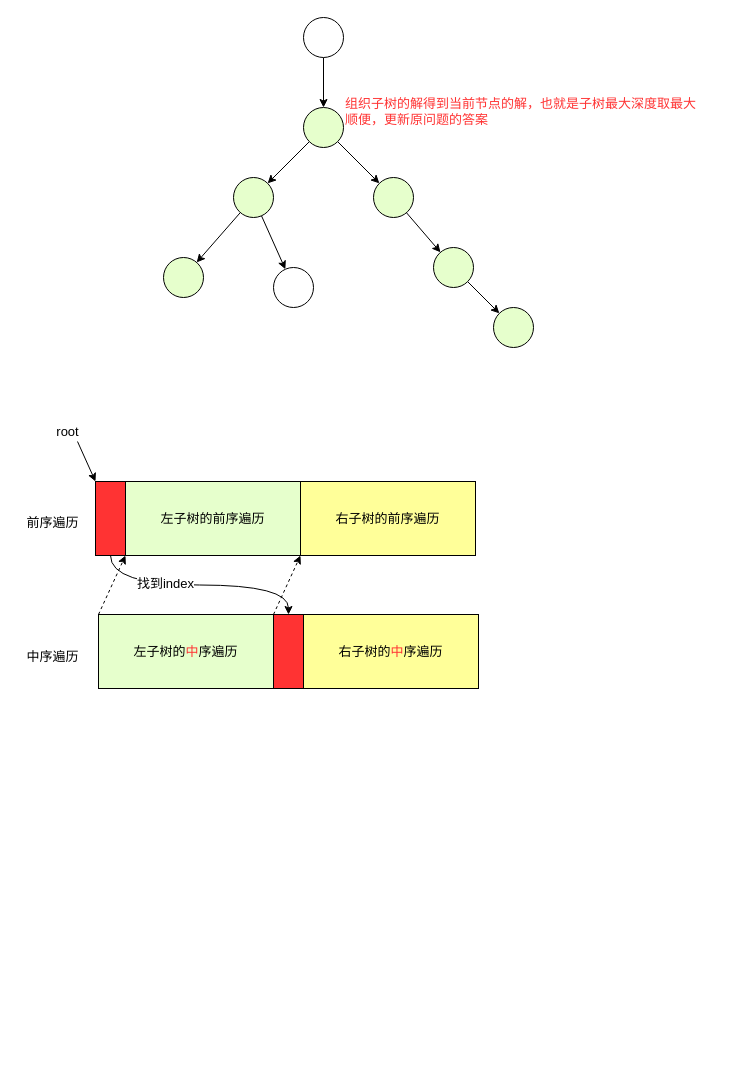
luckywind/TechWorld keeps this draw.io diagram as page "算法" (6 of 8) of docs/algorithm/算法.drawio. Above is the earlier version. Source tidied: cells renumbered, new cells numbered last; positions are measured from the earlier drawing's top-left corner, leaving out a move shared by most shapes. Both pictures are drawn from the tidied source at 100%, with x=0, y=0 at pixel (17, 17).
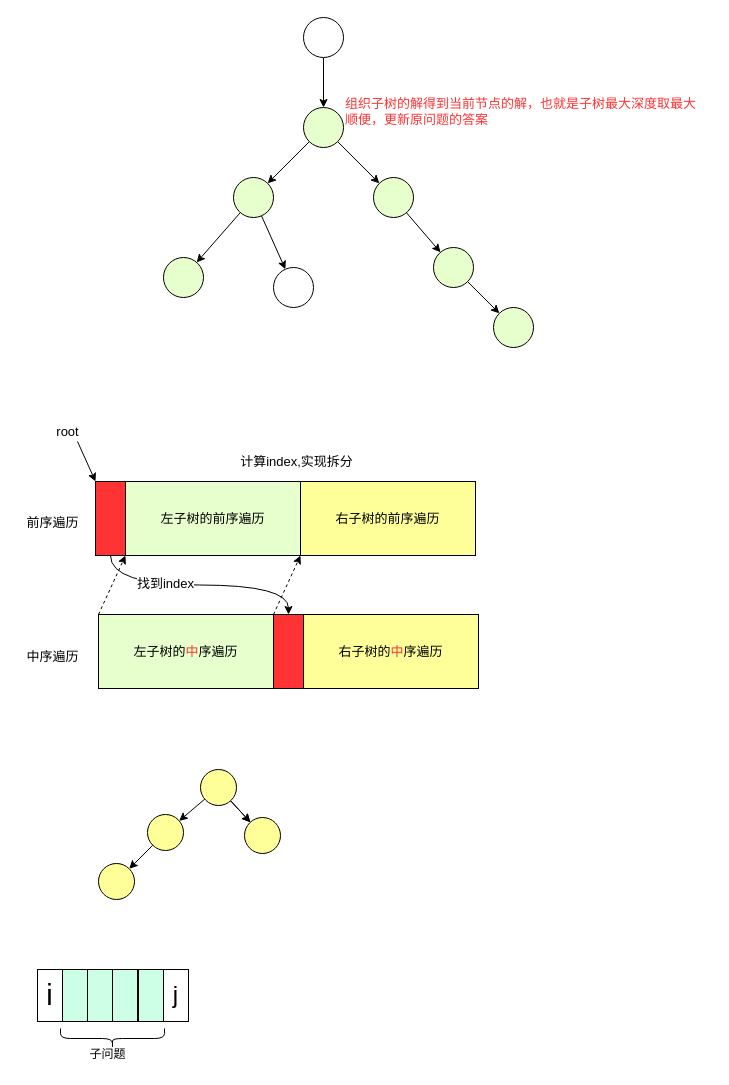
Above is the later version.

Diff of the diagram source:
```diff
@@
+    <mxCell id="32" value="计算index,实现拆分" style="text;html=1;align=center;verticalAlign=middle;strokeColor=none;fillColor=none;fontSize=13;fontColor=#000000;" parent="1" vertex="1">
+      <mxGeometry x="213" y="430" width="131" height="28" as="geometry" />
+    </mxCell>
+    <mxCell id="33" style="edgeStyle=none;rounded=0;jettySize=auto;html=1;fontSize=13;fontColor=#000000;" parent="1" edge="1" source="36" target="37">
+      <mxGeometry relative="1" as="geometry" />
+    </mxCell>
+    <mxCell id="34" style="edgeStyle=none;rounded=0;jettySize=auto;html=1;fontSize=13;fontColor=#000000;" parent="1" edge="1" source="36" target="37">
+      <mxGeometry relative="1" as="geometry" />
+    </mxCell>
+    <mxCell id="35" style="edgeStyle=none;rounded=0;jettySize=auto;html=1;fontSize=13;fontColor=#000000;" parent="1" edge="1" source="36" target="39">
+      <mxGeometry relative="1" as="geometry" />
+    </mxCell>
+    <mxCell id="36" style="ellipse;whiteSpace=wrap;html=1;fontSize=13;fontColor=#000000;fillColor=#FFFF99;" parent="1" vertex="1">
+      <mxGeometry x="183" y="752" width="36" height="36" as="geometry" />
+    </mxCell>
+    <mxCell id="37" style="ellipse;whiteSpace=wrap;html=1;fontSize=13;fontColor=#000000;fillColor=#FFFF99;" parent="1" vertex="1">
+      <mxGeometry x="227" y="800" width="36" height="36" as="geometry" />
+    </mxCell>
+    <mxCell id="38" style="edgeStyle=none;rounded=0;jettySize=auto;html=1;fontSize=13;fontColor=#000000;" parent="1" edge="1" source="39" target="40">
+      <mxGeometry relative="1" as="geometry" />
+    </mxCell>
+    <mxCell id="39" style="ellipse;whiteSpace=wrap;html=1;fontSize=13;fontColor=#000000;fillColor=#FFFF99;" parent="1" vertex="1">
+      <mxGeometry x="130" y="797" width="36" height="36" as="geometry" />
+    </mxCell>
+    <mxCell id="40" style="ellipse;whiteSpace=wrap;html=1;fontSize=13;fontColor=#000000;fillColor=#FFFF99;" parent="1" vertex="1">
+      <mxGeometry x="81" y="846" width="36" height="36" as="geometry" />
+    </mxCell>
+    <mxCell id="41" value="&lt;font style=&quot;font-size: 29px;&quot;&gt;i&lt;/font&gt;" style="rounded=0;whiteSpace=wrap;html=1;" parent="1" vertex="1">
+      <mxGeometry x="20" y="952" width="25" height="52" as="geometry" />
+    </mxCell>
+    <mxCell id="42" style="rounded=0;whiteSpace=wrap;html=1;fillColor=#CCFFE6;" parent="1" vertex="1">
+      <mxGeometry x="45" y="952" width="25" height="52" as="geometry" />
+    </mxCell>
+    <mxCell id="43" style="rounded=0;whiteSpace=wrap;html=1;fillColor=#CCFFE6;" parent="1" vertex="1">
+      <mxGeometry x="70" y="952" width="25" height="52" as="geometry" />
+    </mxCell>
+    <mxCell id="44" style="rounded=0;whiteSpace=wrap;html=1;fillColor=#CCFFE6;" parent="1" vertex="1">
+      <mxGeometry x="95" y="952" width="25" height="52" as="geometry" />
+    </mxCell>
+    <mxCell id="45" style="rounded=0;whiteSpace=wrap;html=1;fillColor=#CCFFE6;" parent="1" vertex="1">
+      <mxGeometry x="121" y="952" width="25" height="52" as="geometry" />
+    </mxCell>
+    <mxCell id="46" value="&lt;font style=&quot;font-size: 24px;&quot;&gt;j&lt;/font&gt;" style="rounded=0;whiteSpace=wrap;html=1;" parent="1" vertex="1">
+      <mxGeometry x="146" y="952" width="25" height="52" as="geometry" />
+    </mxCell>
+    <mxCell id="47" style="shape=curlyBracket;whiteSpace=wrap;html=1;rounded=1;fillColor=#CCFFE6;rotation=-90;" parent="1" vertex="1">
+      <mxGeometry x="85" y="969" width="20" height="104" as="geometry" />
+    </mxCell>
+    <mxCell id="48" value="子问题" style="text;html=1;align=center;verticalAlign=middle;strokeColor=none;fillColor=none;" parent="1" vertex="1">
+      <mxGeometry x="63" y="1024" width="54" height="26" as="geometry" />
+    </mxCell>
```
